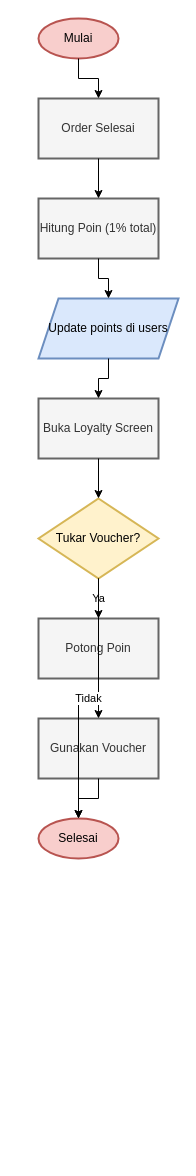
Above: docs/flowcharts/19_loyalty_points_membership.drawio in NarmadaWeb/AyamKu (draw.io), before the change. Source tidied: cells renumbered, new cells numbered last; positions are measured from the earlier drawing's top-left corner, leaving out a move shared by most shapes. Both pictures are drawn from the tidied source at 100%, with x=0, y=0 at pixel (38, 18).
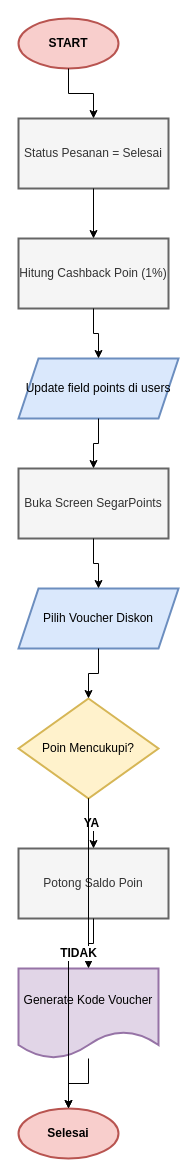
Above is the later version.

Diff of the diagram source:
```diff
@@
-    <mxCell id="2" value="Mulai" style="ellipse;whiteSpace=wrap;html=1;strokeWidth=2;fillColor=#f8cecc;strokeColor=#b85450;" parent="1" vertex="1">
-      <mxGeometry width="80" height="40" as="geometry" />
+    <mxCell id="2" value="START" style="ellipse;whiteSpace=wrap;html=1;strokeWidth=2;fillColor=#f8cecc;strokeColor=#b85450;fontStyle=1;" parent="1" vertex="1">
+      <mxGeometry x="-20" width="100" height="50" as="geometry" />
     </mxCell>
-    <mxCell id="3" value="Order Selesai" style="rounded=0;whiteSpace=wrap;html=1;strokeWidth=2;fillColor=#f5f5f5;strokeColor=#666666;fontColor=#333333;" parent="1" vertex="1">
-      <mxGeometry y="80" width="120" height="60" as="geometry" />
+    <mxCell id="3" value="Status Pesanan = Selesai" style="rounded=0;whiteSpace=wrap;html=1;strokeWidth=2;fillColor=#f5f5f5;strokeColor=#666666;fontColor=#333333;" parent="1" vertex="1">
+      <mxGeometry x="-20" y="100" width="150" height="70" as="geometry" />
     </mxCell>
-    <mxCell id="4" value="Hitung Poin (1% total)" style="rounded=0;whiteSpace=wrap;html=1;strokeWidth=2;fillColor=#f5f5f5;strokeColor=#666666;fontColor=#333333;" parent="1" vertex="1">
-      <mxGeometry y="180" width="120" height="60" as="geometry" />
+    <mxCell id="4" value="Hitung Cashback Poin (1%)" style="rounded=0;whiteSpace=wrap;html=1;strokeWidth=2;fillColor=#f5f5f5;strokeColor=#666666;fontColor=#333333;" parent="1" vertex="1">
+      <mxGeometry x="-20" y="220" width="150" height="70" as="geometry" />
     </mxCell>
-    <mxCell id="5" value="Update points di users" style="shape=parallelogram;perimeter=parallelogramPerimeter;whiteSpace=wrap;html=1;fixedSize=1;strokeWidth=2;fillColor=#dae8fc;strokeColor=#6c8ebf;" parent="1" vertex="1">
-      <mxGeometry y="280" width="140" height="60" as="geometry" />
+    <mxCell id="5" value="Update field points di users" style="shape=parallelogram;perimeter=parallelogramPerimeter;whiteSpace=wrap;html=1;fixedSize=1;strokeWidth=2;fillColor=#dae8fc;strokeColor=#6c8ebf;" parent="1" vertex="1">
+      <mxGeometry x="-20" y="340" width="160" height="60" as="geometry" />
     </mxCell>
-    <mxCell id="6" value="Buka Loyalty Screen" style="rounded=0;whiteSpace=wrap;html=1;strokeWidth=2;fillColor=#f5f5f5;strokeColor=#666666;fontColor=#333333;" parent="1" vertex="1">
-      <mxGeometry y="380" width="120" height="60" as="geometry" />
+    <mxCell id="6" value="Buka Screen SegarPoints" style="rounded=0;whiteSpace=wrap;html=1;strokeWidth=2;fillColor=#f5f5f5;strokeColor=#666666;fontColor=#333333;" parent="1" vertex="1">
+      <mxGeometry x="-20" y="450" width="150" height="70" as="geometry" />
     </mxCell>
-    <mxCell id="7" value="Tukar Voucher?" style="rhombus;whiteSpace=wrap;html=1;strokeWidth=2;fillColor=#fff2cc;strokeColor=#d6b656;" parent="1" vertex="1">
-      <mxGeometry y="480" width="120" height="80" as="geometry" />
+    <mxCell id="7" value="Pilih Voucher Diskon" style="shape=parallelogram;perimeter=parallelogramPerimeter;whiteSpace=wrap;html=1;fixedSize=1;strokeWidth=2;fillColor=#dae8fc;strokeColor=#6c8ebf;" parent="1" vertex="1">
+      <mxGeometry x="-20" y="570" width="160" height="60" as="geometry" />
     </mxCell>
-    <mxCell id="8" value="Potong Poin" style="rounded=0;whiteSpace=wrap;html=1;strokeWidth=2;fillColor=#f5f5f5;strokeColor=#666666;fontColor=#333333;" parent="1" vertex="1">
-      <mxGeometry y="600" width="120" height="60" as="geometry" />
+    <mxCell id="8" value="Poin Mencukupi?" style="rhombus;whiteSpace=wrap;html=1;strokeWidth=2;fillColor=#fff2cc;strokeColor=#d6b656;" parent="1" vertex="1">
+      <mxGeometry x="-20" y="680" width="140" height="100" as="geometry" />
     </mxCell>
-    <mxCell id="9" value="Gunakan Voucher" style="rounded=0;whiteSpace=wrap;html=1;strokeWidth=2;fillColor=#f5f5f5;strokeColor=#666666;fontColor=#333333;" parent="1" vertex="1">
-      <mxGeometry y="700" width="120" height="60" as="geometry" />
+    <mxCell id="9" value="Potong Saldo Poin" style="rounded=0;whiteSpace=wrap;html=1;strokeWidth=2;fillColor=#f5f5f5;strokeColor=#666666;fontColor=#333333;" parent="1" vertex="1">
+      <mxGeometry x="-20" y="830" width="150" height="70" as="geometry" />
     </mxCell>
-    <mxCell id="10" value="Selesai" style="ellipse;whiteSpace=wrap;html=1;strokeWidth=2;fillColor=#f8cecc;strokeColor=#b85450;" parent="1" vertex="1">
-      <mxGeometry y="800" width="80" height="40" as="geometry" />
+    <mxCell id="10" value="Generate Kode Voucher" style="shape=document;whiteSpace=wrap;html=1;boundedLbl=1;strokeWidth=2;fillColor=#e1d5e7;strokeColor=#9673a6;" parent="1" vertex="1">
+      <mxGeometry x="-20" y="950" width="140" height="90" as="geometry" />
     </mxCell>
-    <mxCell id="11" style="edgeStyle=orthogonalEdgeStyle;rounded=0;jettySize=auto;html=1;" parent="1" edge="1" source="2" target="3">
-      <mxGeometry relative="1" as="geometry" />
+    <mxCell id="11" value="Selesai" style="ellipse;whiteSpace=wrap;html=1;strokeWidth=2;fillColor=#f8cecc;strokeColor=#b85450;fontStyle=1;" parent="1" vertex="1">
+      <mxGeometry x="-20" y="1090" width="100" height="50" as="geometry" />
     </mxCell>
-    <mxCell id="12" style="edgeStyle=orthogonalEdgeStyle;rounded=0;jettySize=auto;html=1;" parent="1" edge="1" source="3" target="4">
+    <mxCell id="12" style="edgeStyle=orthogonalEdgeStyle;rounded=0;jettySize=auto;html=1;exitX=0.5;exitY=1;exitDx=0;exitDy=0;entryX=0.5;entryY=0;entryDx=0;entryDy=0;" parent="1" edge="1" source="2" target="3">
       <mxGeometry relative="1" as="geometry" />
     </mxCell>
-    <mxCell id="13" style="edgeStyle=orthogonalEdgeStyle;rounded=0;jettySize=auto;html=1;" parent="1" edge="1" source="4" target="5">
+    <mxCell id="13" style="edgeStyle=orthogonalEdgeStyle;rounded=0;jettySize=auto;html=1;exitX=0.5;exitY=1;exitDx=0;exitDy=0;entryX=0.5;entryY=0;entryDx=0;entryDy=0;" parent="1" edge="1" source="3" target="4">
       <mxGeometry relative="1" as="geometry" />
     </mxCell>
-    <mxCell id="14" style="edgeStyle=orthogonalEdgeStyle;rounded=0;jettySize=auto;html=1;" parent="1" edge="1" source="5" target="6">
+    <mxCell id="14" style="edgeStyle=orthogonalEdgeStyle;rounded=0;jettySize=auto;html=1;exitX=0.5;exitY=1;exitDx=0;exitDy=0;entryX=0.5;entryY=0;entryDx=0;entryDy=0;" parent="1" edge="1" source="4" target="5">
       <mxGeometry relative="1" as="geometry" />
     </mxCell>
-    <mxCell id="15" style="edgeStyle=orthogonalEdgeStyle;rounded=0;jettySize=auto;html=1;" parent="1" edge="1" source="6" target="7">
+    <mxCell id="15" style="edgeStyle=orthogonalEdgeStyle;rounded=0;jettySize=auto;html=1;exitX=0.5;exitY=1;exitDx=0;exitDy=0;entryX=0.5;entryY=0;entryDx=0;entryDy=0;" parent="1" edge="1" source="5" target="6">
       <mxGeometry relative="1" as="geometry" />
     </mxCell>
-    <mxCell id="16" value="Ya" style="edgeStyle=orthogonalEdgeStyle;rounded=0;jettySize=auto;html=1;" parent="1" edge="1" source="7" target="8">
+    <mxCell id="16" style="edgeStyle=orthogonalEdgeStyle;rounded=0;jettySize=auto;html=1;exitX=0.5;exitY=1;exitDx=0;exitDy=0;entryX=0.5;entryY=0;entryDx=0;entryDy=0;" parent="1" edge="1" source="6" target="7">
       <mxGeometry relative="1" as="geometry" />
     </mxCell>
-    <mxCell id="17" style="edgeStyle=orthogonalEdgeStyle;rounded=0;jettySize=auto;html=1;" parent="1" edge="1" source="8" target="9">
+    <mxCell id="17" style="edgeStyle=orthogonalEdgeStyle;rounded=0;jettySize=auto;html=1;exitX=0.5;exitY=1;exitDx=0;exitDy=0;entryX=0.5;entryY=0;entryDx=0;entryDy=0;" parent="1" edge="1" source="7" target="8">
       <mxGeometry relative="1" as="geometry" />
     </mxCell>
-    <mxCell id="18" style="edgeStyle=orthogonalEdgeStyle;rounded=0;jettySize=auto;html=1;" parent="1" edge="1" source="9" target="10">
+    <mxCell id="18" value="YA" style="edgeStyle=orthogonalEdgeStyle;rounded=0;jettySize=auto;html=1;fontStyle=1;fontSize=12;" parent="1" edge="1" source="8" target="9">
       <mxGeometry relative="1" as="geometry" />
     </mxCell>
-    <mxCell id="19" value="Tidak" style="edgeStyle=orthogonalEdgeStyle;rounded=0;jettySize=auto;html=1;" parent="1" edge="1" source="7" target="10">
+    <mxCell id="19" style="edgeStyle=orthogonalEdgeStyle;rounded=0;jettySize=auto;html=1;exitX=0.5;exitY=1;exitDx=0;exitDy=0;entryX=0.5;entryY=0;entryDx=0;entryDy=0;" parent="1" edge="1" source="9" target="10">
       <mxGeometry relative="1" as="geometry" />
     </mxCell>
+    <mxCell id="20" style="edgeStyle=orthogonalEdgeStyle;rounded=0;jettySize=auto;html=1;exitX=0.5;exitY=1;exitDx=0;exitDy=0;entryX=0.5;entryY=0;entryDx=0;entryDy=0;" parent="1" edge="1" source="10" target="11">
+      <mxGeometry relative="1" as="geometry" />
+    </mxCell>
+    <mxCell id="21" value="TIDAK" style="edgeStyle=orthogonalEdgeStyle;rounded=0;jettySize=auto;html=1;fontStyle=1;fontSize=12;" parent="1" edge="1" source="8" target="11">
+      <mxGeometry relative="1" as="geometry" />
+    </mxCell>
```
